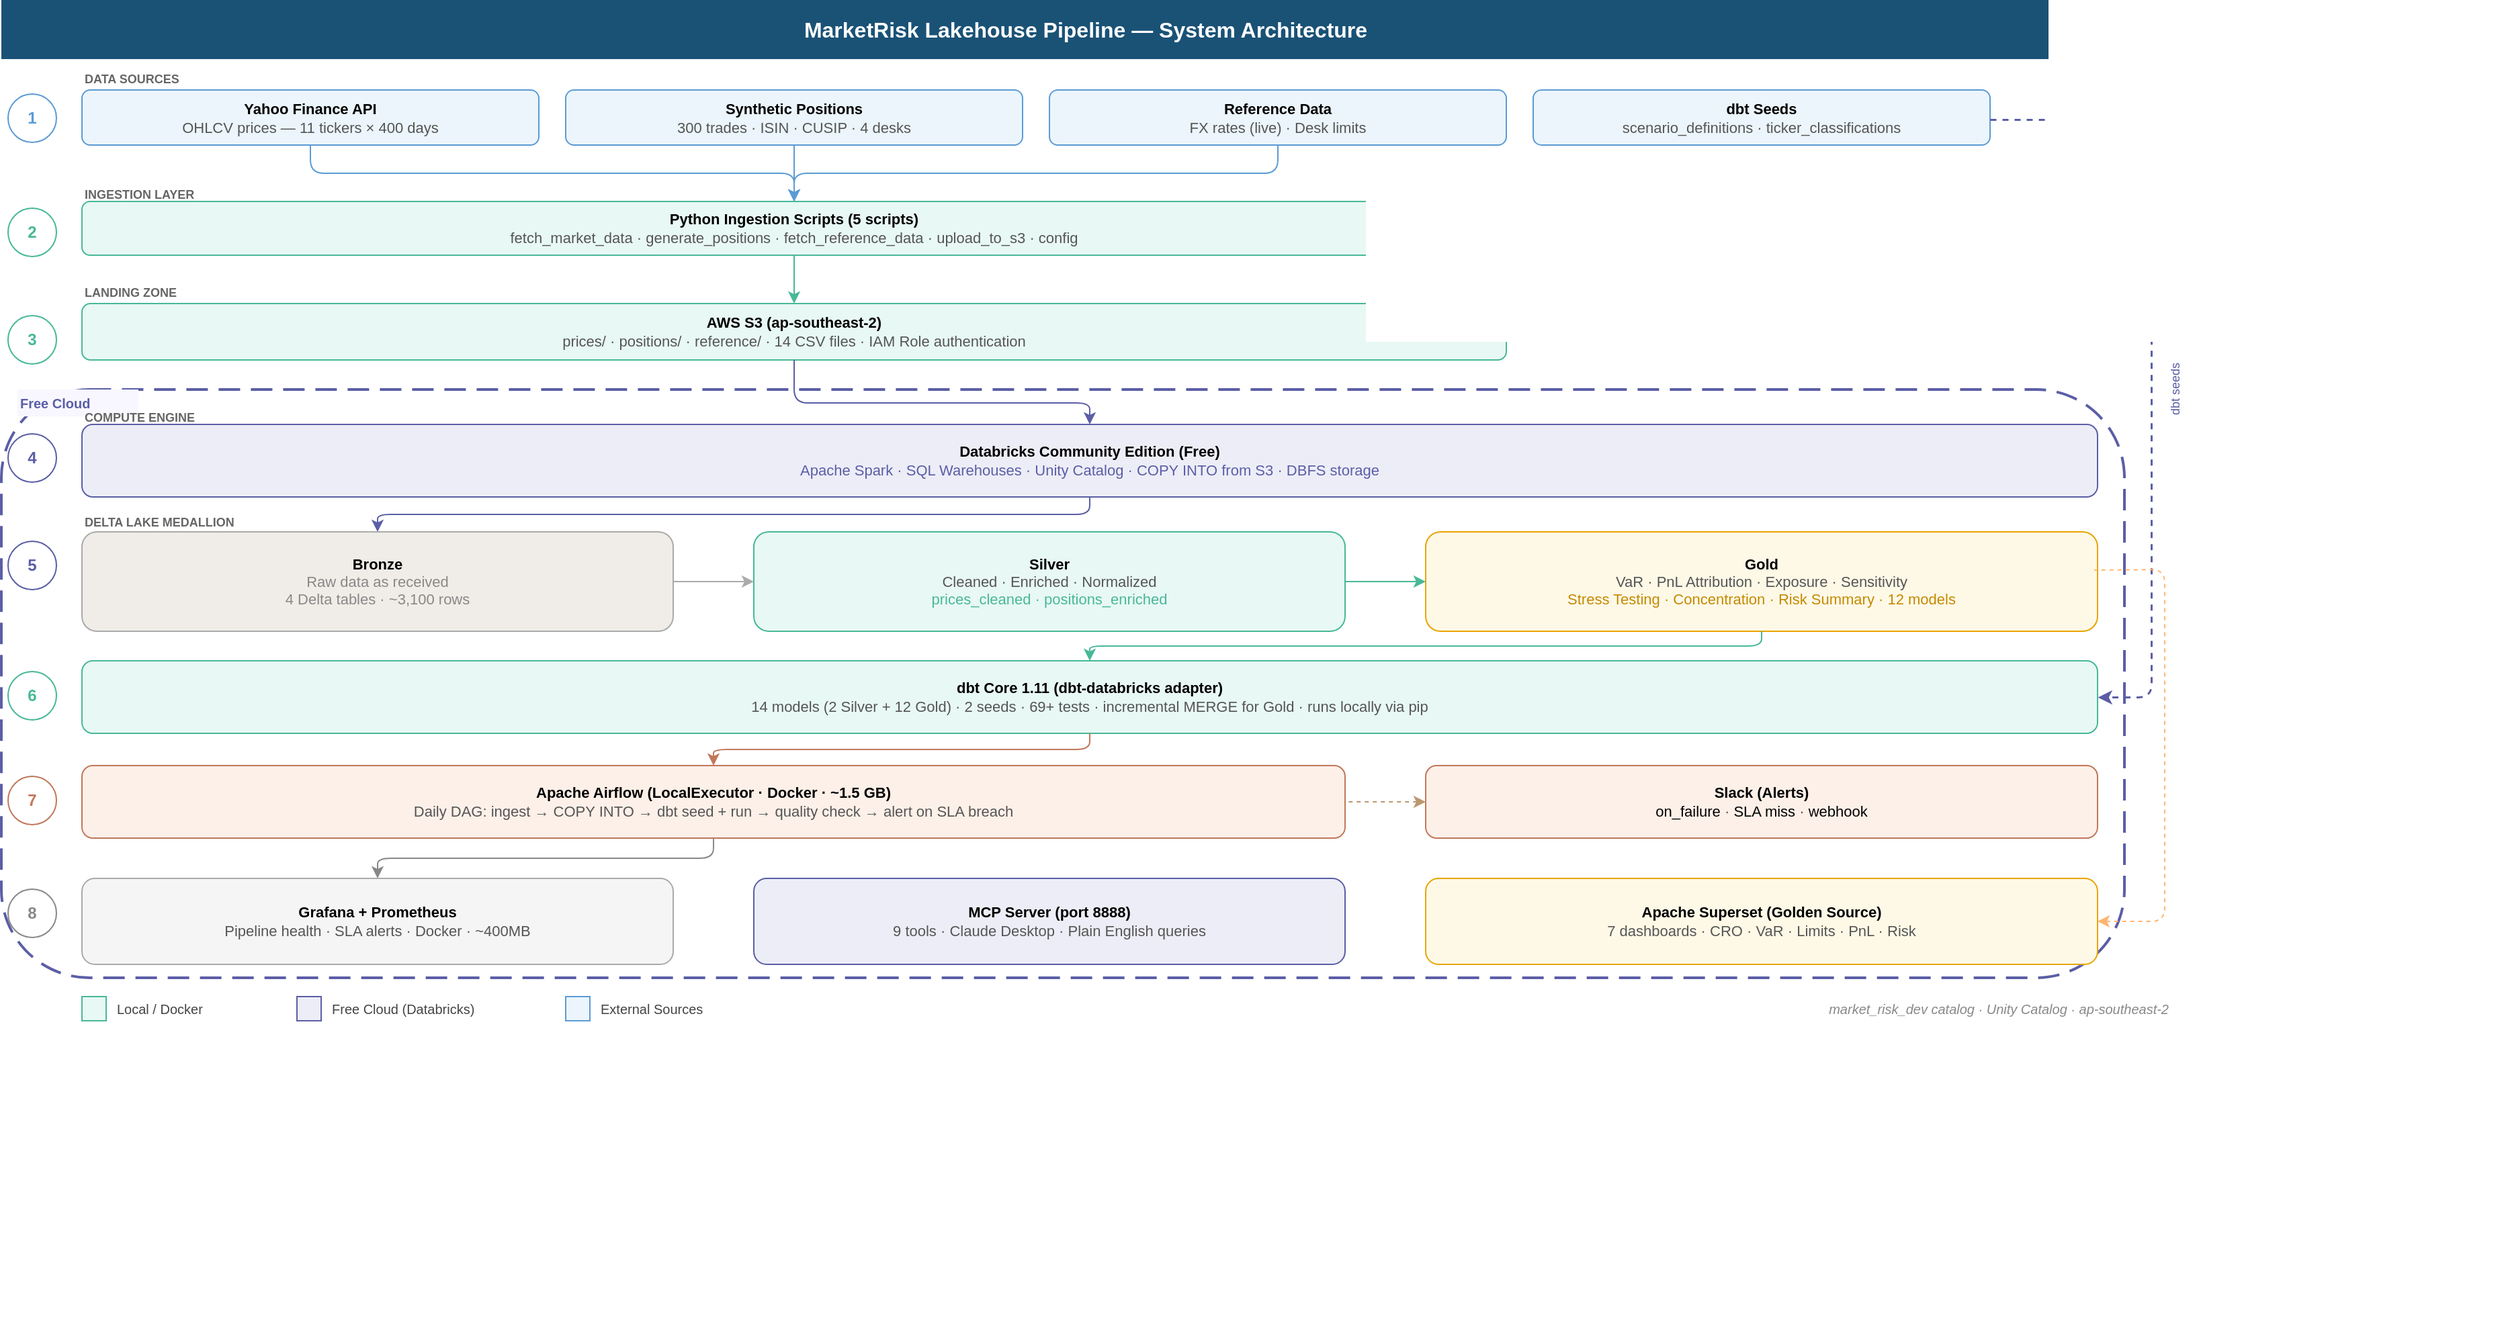
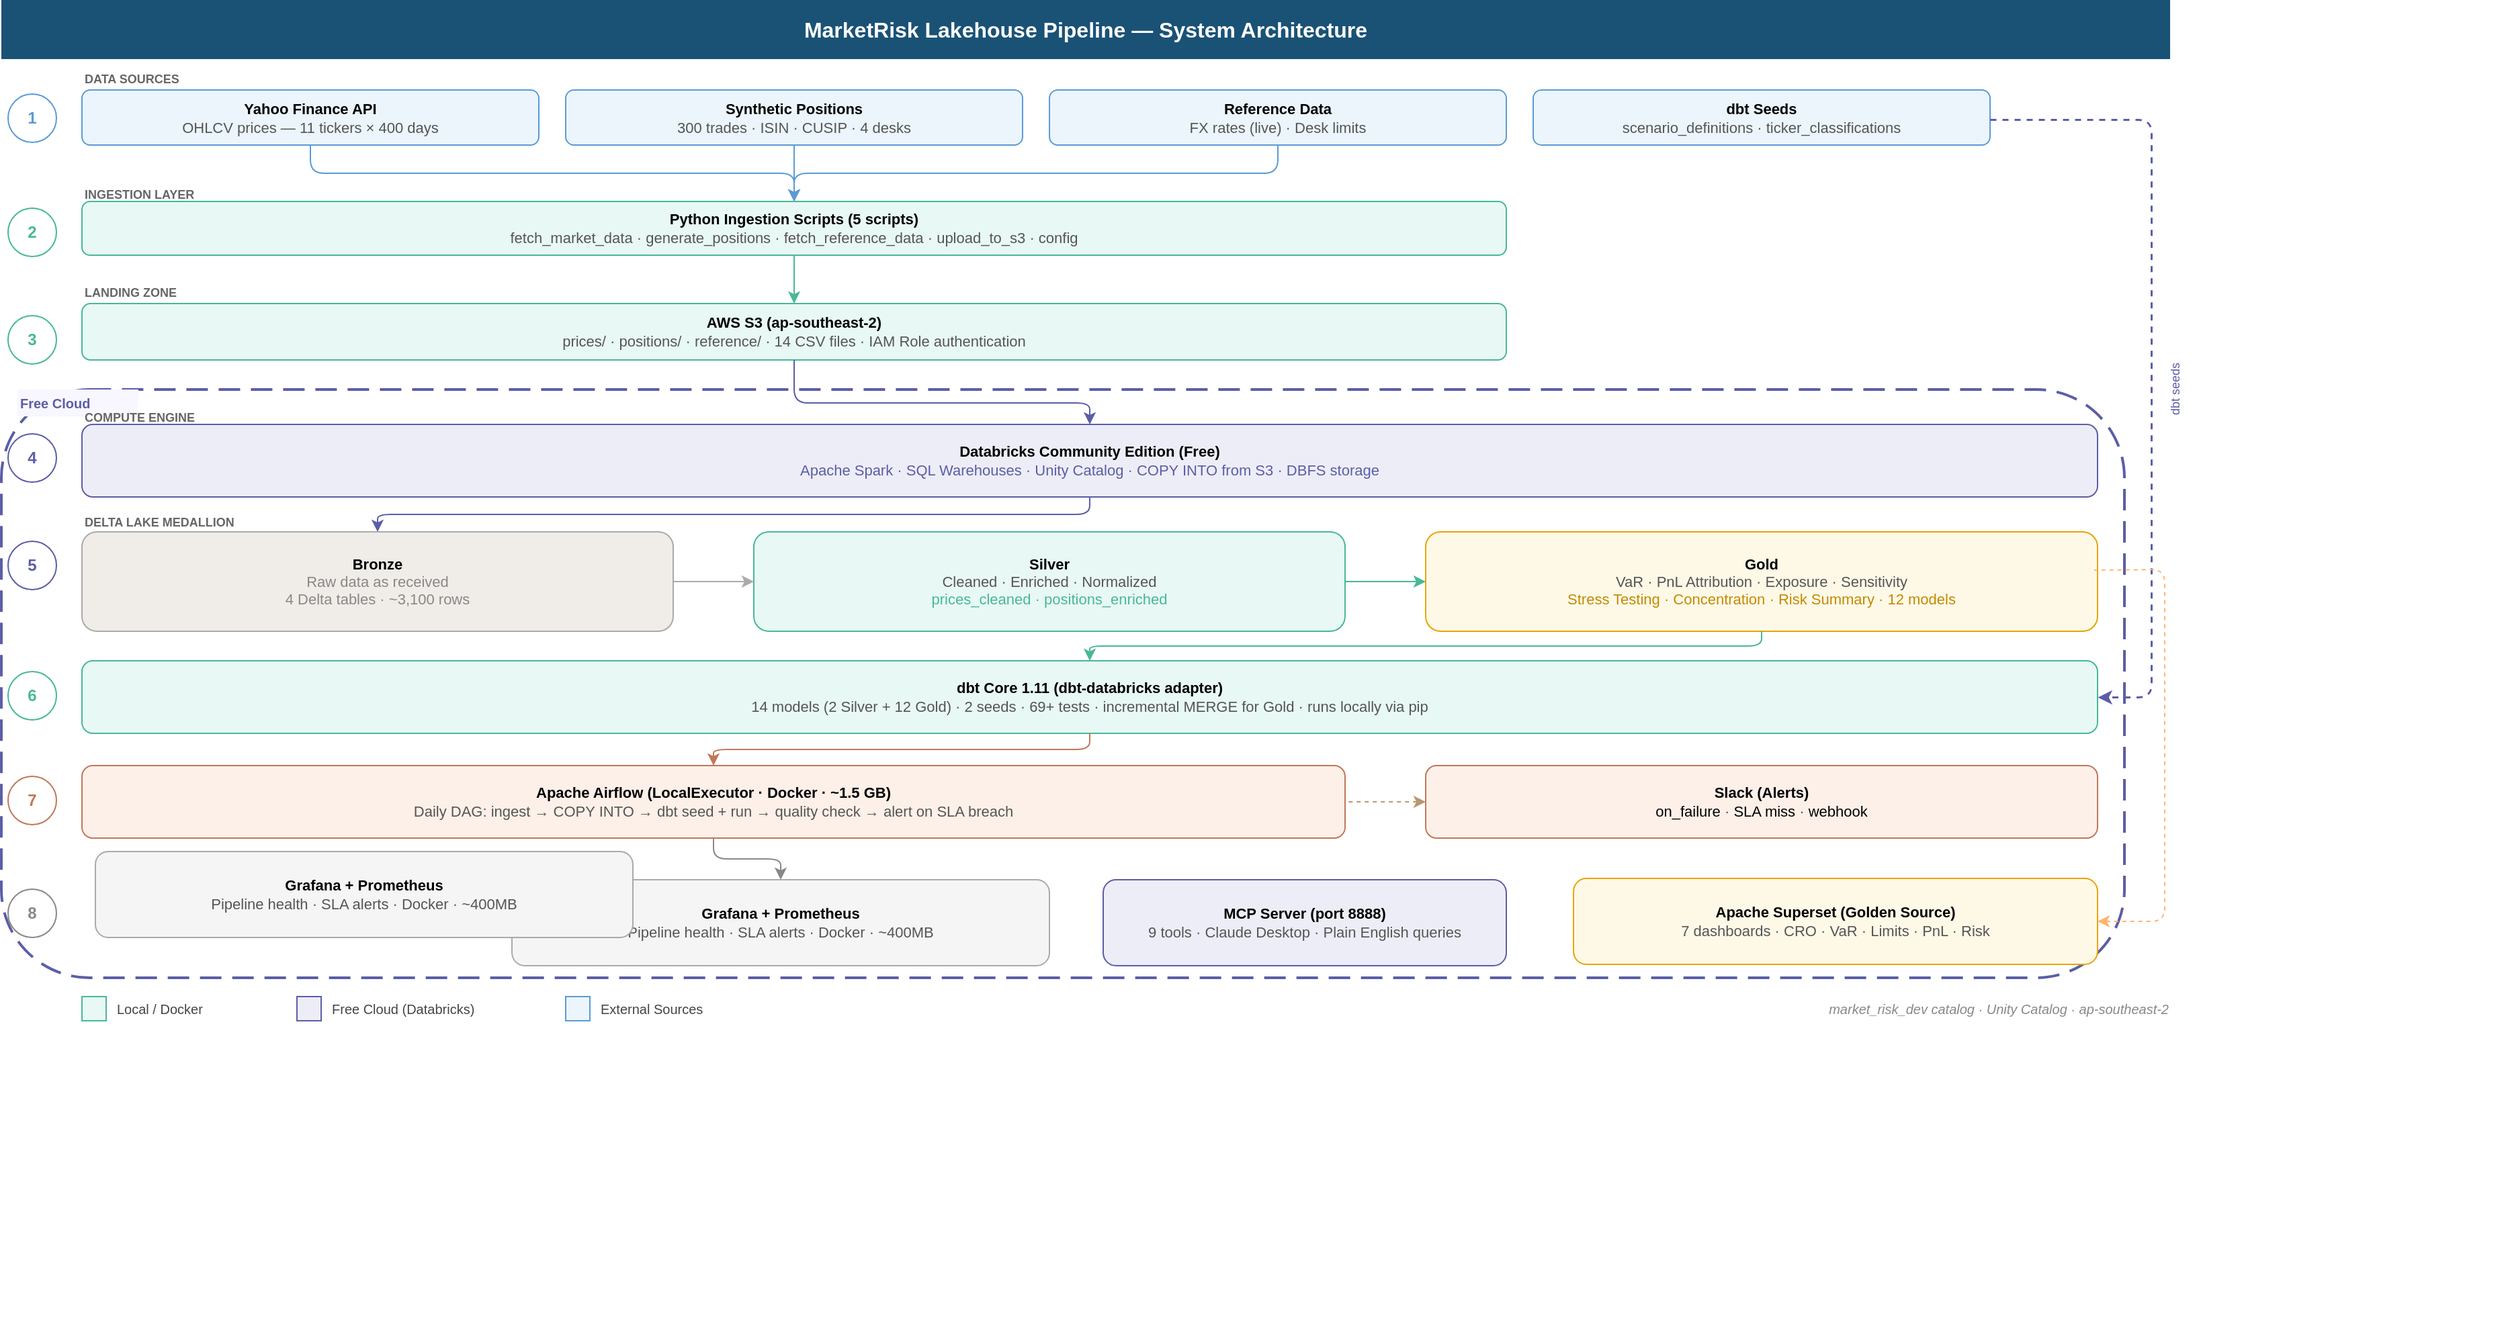
<mxfile host="app.diagrams.net">
-   <diagram name="Page-1" id="po-H6u1wcmltaI0Lt180">
-     <mxGraphModel dx="2056" dy="1018" grid="1" gridSize="10" guides="1" tooltips="1" connect="1" arrows="1" fold="1" page="1" pageScale="1" pageWidth="850" pageHeight="1100" math="0" shadow="0">
+   <diagram name="Page-1" id="-cQFvPMdIClFSUmL9I9t">
+     <mxGraphModel dx="1645" dy="780" grid="1" gridSize="10" guides="1" tooltips="1" connect="1" arrows="1" fold="1" page="1" pageScale="1" pageWidth="850" pageHeight="1100" math="0" shadow="0">
      <root>
        <mxCell id="0" />
        <mxCell id="1" parent="0" />
-         <mxCell id="title" parent="1" style="text;html=1;strokeColor=none;fillColor=#1A5276;align=center;verticalAlign=middle;whiteSpace=wrap;rounded=0;fontColor=#FFFFFF;fontSize=16;fontStyle=1;" value="MarketRisk Lakehouse Pipeline — System Architecture" vertex="1">
+         <mxCell id="MzbM_mRJEkIEzOc4ZALW-1" parent="1" style="text;html=1;strokeColor=none;fillColor=#1A5276;align=center;verticalAlign=middle;whiteSpace=wrap;rounded=0;fontColor=#FFFFFF;fontSize=16;fontStyle=1;" value="MarketRisk Lakehouse Pipeline — System Architecture" vertex="1">
          <mxGeometry height="44" width="1614" x="20" y="10" as="geometry" />
        </mxCell>
-         <mxCell id="lbl1" parent="1" style="text;html=1;strokeColor=none;fillColor=none;align=left;verticalAlign=middle;fontStyle=1;fontSize=9;fontColor=#666666;" value="DATA SOURCES" vertex="1">
+         <mxCell id="MzbM_mRJEkIEzOc4ZALW-2" parent="1" style="text;html=1;strokeColor=none;fillColor=none;align=left;verticalAlign=middle;fontStyle=1;fontSize=9;fontColor=#666666;" value="DATA SOURCES" vertex="1">
          <mxGeometry height="20" width="160" x="80" y="59" as="geometry" />
        </mxCell>
-         <mxCell id="c1" parent="1" style="ellipse;whiteSpace=wrap;html=1;fillColor=#FFFFFF;strokeColor=#5B9BD5;fontColor=#5B9BD5;fontSize=12;fontStyle=1;" value="1" vertex="1">
+         <mxCell id="MzbM_mRJEkIEzOc4ZALW-3" parent="1" style="ellipse;whiteSpace=wrap;html=1;fillColor=#FFFFFF;strokeColor=#5B9BD5;fontColor=#5B9BD5;fontSize=12;fontStyle=1;" value="1" vertex="1">
          <mxGeometry height="36" width="36" x="25" y="80" as="geometry" />
        </mxCell>
-         <mxCell id="src1" parent="1" style="rounded=1;whiteSpace=wrap;html=1;fillColor=#EBF5FB;strokeColor=#5B9BD5;fontSize=11;verticalAlign=middle;" value="&lt;b&gt;Yahoo Finance API&lt;/b&gt;&lt;br&gt;&lt;font color=&#39;#555555&#39;&gt;OHLCV prices — 11 tickers × 400 days&lt;/font&gt;" vertex="1">
+         <mxCell id="MzbM_mRJEkIEzOc4ZALW-4" parent="1" style="rounded=1;whiteSpace=wrap;html=1;fillColor=#EBF5FB;strokeColor=#5B9BD5;fontSize=11;verticalAlign=middle;" value="&lt;b&gt;Yahoo Finance API&lt;/b&gt;&lt;br&gt;&lt;font color=&#39;#555555&#39;&gt;OHLCV prices — 11 tickers × 400 days&lt;/font&gt;" vertex="1">
          <mxGeometry height="41" width="340" x="80" y="77" as="geometry" />
        </mxCell>
-         <mxCell id="src2" parent="1" style="rounded=1;whiteSpace=wrap;html=1;fillColor=#EBF5FB;strokeColor=#5B9BD5;fontSize=11;verticalAlign=middle;" value="&lt;b&gt;Synthetic Positions&lt;/b&gt;&lt;br&gt;&lt;font color=&#39;#555555&#39;&gt;300 trades · ISIN · CUSIP · 4 desks&lt;/font&gt;" vertex="1">
+         <mxCell id="MzbM_mRJEkIEzOc4ZALW-5" parent="1" style="rounded=1;whiteSpace=wrap;html=1;fillColor=#EBF5FB;strokeColor=#5B9BD5;fontSize=11;verticalAlign=middle;" value="&lt;b&gt;Synthetic Positions&lt;/b&gt;&lt;br&gt;&lt;font color=&#39;#555555&#39;&gt;300 trades · ISIN · CUSIP · 4 desks&lt;/font&gt;" vertex="1">
          <mxGeometry height="41" width="340" x="440" y="77" as="geometry" />
        </mxCell>
-         <mxCell id="src3" parent="1" style="rounded=1;whiteSpace=wrap;html=1;fillColor=#EBF5FB;strokeColor=#5B9BD5;fontSize=11;verticalAlign=middle;" value="&lt;b&gt;Reference Data&lt;/b&gt;&lt;br&gt;&lt;font color=&#39;#555555&#39;&gt;FX rates (live) · Desk limits&lt;/font&gt;" vertex="1">
+         <mxCell id="MzbM_mRJEkIEzOc4ZALW-6" parent="1" style="rounded=1;whiteSpace=wrap;html=1;fillColor=#EBF5FB;strokeColor=#5B9BD5;fontSize=11;verticalAlign=middle;" value="&lt;b&gt;Reference Data&lt;/b&gt;&lt;br&gt;&lt;font color=&#39;#555555&#39;&gt;FX rates (live) · Desk limits&lt;/font&gt;" vertex="1">
          <mxGeometry height="41" width="340" x="800" y="77" as="geometry" />
        </mxCell>
-         <mxCell id="src4" parent="1" style="rounded=1;whiteSpace=wrap;html=1;fillColor=#EBF5FB;strokeColor=#5B9BD5;fontSize=11;verticalAlign=middle;" value="&lt;b&gt;dbt Seeds&lt;/b&gt;&lt;br&gt;&lt;font color=&#39;#555555&#39;&gt;scenario_definitions · ticker_classifications&lt;/font&gt;" vertex="1">
+         <mxCell id="MzbM_mRJEkIEzOc4ZALW-7" parent="1" style="rounded=1;whiteSpace=wrap;html=1;fillColor=#EBF5FB;strokeColor=#5B9BD5;fontSize=11;verticalAlign=middle;" value="&lt;b&gt;dbt Seeds&lt;/b&gt;&lt;br&gt;&lt;font color=&#39;#555555&#39;&gt;scenario_definitions · ticker_classifications&lt;/font&gt;" vertex="1">
          <mxGeometry height="41" width="340" x="1160" y="77" as="geometry" />
        </mxCell>
-         <mxCell id="a1" edge="1" parent="1" source="src1" style="edgeStyle=orthogonalEdgeStyle;strokeColor=#5B9BD5;" target="ing1">
-           <mxGeometry relative="1" as="geometry" />
-         </mxCell>
-         <mxCell id="a2" edge="1" parent="1" source="src2" style="edgeStyle=orthogonalEdgeStyle;strokeColor=#5B9BD5;" target="ing1">
-           <mxGeometry relative="1" as="geometry" />
-         </mxCell>
-         <mxCell id="a3" edge="1" parent="1" source="src3" style="edgeStyle=orthogonalEdgeStyle;strokeColor=#5B9BD5;" target="ing1">
-           <mxGeometry relative="1" as="geometry" />
-         </mxCell>
-         <mxCell id="seeds_line" edge="1" parent="1" source="src4" style="edgeStyle=orthogonalEdgeStyle;dashed=1;strokeColor=#5B5EA6;strokeWidth=1.5;entryX=1;entryY=0.5;entryDx=0;entryDy=0;" target="dbt1">
+         <mxCell id="MzbM_mRJEkIEzOc4ZALW-8" edge="1" parent="1" source="MzbM_mRJEkIEzOc4ZALW-4" style="edgeStyle=orthogonalEdgeStyle;strokeColor=#5B9BD5;" target="MzbM_mRJEkIEzOc4ZALW-15">
+           <mxGeometry relative="1" as="geometry" />
+         </mxCell>
+         <mxCell id="MzbM_mRJEkIEzOc4ZALW-9" edge="1" parent="1" source="MzbM_mRJEkIEzOc4ZALW-5" style="edgeStyle=orthogonalEdgeStyle;strokeColor=#5B9BD5;" target="MzbM_mRJEkIEzOc4ZALW-15">
+           <mxGeometry relative="1" as="geometry" />
+         </mxCell>
+         <mxCell id="MzbM_mRJEkIEzOc4ZALW-10" edge="1" parent="1" source="MzbM_mRJEkIEzOc4ZALW-6" style="edgeStyle=orthogonalEdgeStyle;strokeColor=#5B9BD5;" target="MzbM_mRJEkIEzOc4ZALW-15">
+           <mxGeometry relative="1" as="geometry" />
+         </mxCell>
+         <mxCell id="MzbM_mRJEkIEzOc4ZALW-11" edge="1" parent="1" source="MzbM_mRJEkIEzOc4ZALW-7" style="edgeStyle=orthogonalEdgeStyle;dashed=1;strokeColor=#5B5EA6;strokeWidth=1.5;entryX=1;entryY=0.5;entryDx=0;entryDy=0;" target="MzbM_mRJEkIEzOc4ZALW-36">
          <mxGeometry relative="1" as="geometry">
            <Array as="points">
              <mxPoint x="1560" y="99" />
              <mxPoint x="1620" y="99" />
              <mxPoint x="1620" y="560" />
            </Array>
          </mxGeometry>
        </mxCell>
-         <mxCell id="seeds_lbl" parent="1" style="text;html=1;strokeColor=none;fillColor=none;align=center;verticalAlign=middle;fontSize=9;fontColor=#5B5EA6;rotation=-90;" value="dbt seeds" vertex="1">
+         <mxCell id="MzbM_mRJEkIEzOc4ZALW-12" parent="1" style="text;html=1;strokeColor=none;fillColor=none;align=center;verticalAlign=middle;fontSize=9;fontColor=#5B5EA6;rotation=-90;" value="dbt seeds" vertex="1">
          <mxGeometry height="20" width="60" x="1608" y="290" as="geometry" />
        </mxCell>
-         <mxCell id="lbl2" parent="1" style="text;html=1;strokeColor=none;fillColor=none;align=left;verticalAlign=middle;fontStyle=1;fontSize=9;fontColor=#666666;" value="INGESTION LAYER" vertex="1">
+         <mxCell id="MzbM_mRJEkIEzOc4ZALW-13" parent="1" style="text;html=1;strokeColor=none;fillColor=none;align=left;verticalAlign=middle;fontStyle=1;fontSize=9;fontColor=#666666;" value="INGESTION LAYER" vertex="1">
          <mxGeometry height="20" width="160" x="80" y="145" as="geometry" />
        </mxCell>
-         <mxCell id="c2" parent="1" style="ellipse;whiteSpace=wrap;html=1;fillColor=#FFFFFF;strokeColor=#48B898;fontColor=#48B898;fontSize=12;fontStyle=1;" value="2" vertex="1">
+         <mxCell id="MzbM_mRJEkIEzOc4ZALW-14" parent="1" style="ellipse;whiteSpace=wrap;html=1;fillColor=#FFFFFF;strokeColor=#48B898;fontColor=#48B898;fontSize=12;fontStyle=1;" value="2" vertex="1">
          <mxGeometry height="36" width="36" x="25" y="165" as="geometry" />
        </mxCell>
-         <mxCell id="ing1" parent="1" style="rounded=1;whiteSpace=wrap;html=1;fillColor=#E8F8F4;strokeColor=#48B898;fontSize=11;verticalAlign=middle;" value="&lt;b&gt;Python Ingestion Scripts (5 scripts)&lt;/b&gt;&lt;br&gt;&lt;font color=&#39;#555555&#39;&gt;fetch_market_data · generate_positions · fetch_reference_data · upload_to_s3 · config&lt;/font&gt;" vertex="1">
+         <mxCell id="MzbM_mRJEkIEzOc4ZALW-15" parent="1" style="rounded=1;whiteSpace=wrap;html=1;fillColor=#E8F8F4;strokeColor=#48B898;fontSize=11;verticalAlign=middle;" value="&lt;b&gt;Python Ingestion Scripts (5 scripts)&lt;/b&gt;&lt;br&gt;&lt;font color=&#39;#555555&#39;&gt;fetch_market_data · generate_positions · fetch_reference_data · upload_to_s3 · config&lt;/font&gt;" vertex="1">
          <mxGeometry height="40" width="1060" x="80" y="160" as="geometry" />
        </mxCell>
-         <mxCell id="a4" edge="1" parent="1" source="ing1" style="edgeStyle=orthogonalEdgeStyle;strokeColor=#48B898;" target="s3">
-           <mxGeometry relative="1" as="geometry" />
-         </mxCell>
-         <mxCell id="lbl3" parent="1" style="text;html=1;strokeColor=none;fillColor=none;align=left;verticalAlign=middle;fontStyle=1;fontSize=9;fontColor=#666666;" value="LANDING ZONE" vertex="1">
+         <mxCell id="MzbM_mRJEkIEzOc4ZALW-16" edge="1" parent="1" source="MzbM_mRJEkIEzOc4ZALW-15" style="edgeStyle=orthogonalEdgeStyle;strokeColor=#48B898;" target="MzbM_mRJEkIEzOc4ZALW-19">
+           <mxGeometry relative="1" as="geometry" />
+         </mxCell>
+         <mxCell id="MzbM_mRJEkIEzOc4ZALW-17" parent="1" style="text;html=1;strokeColor=none;fillColor=none;align=left;verticalAlign=middle;fontStyle=1;fontSize=9;fontColor=#666666;" value="LANDING ZONE" vertex="1">
          <mxGeometry height="20" width="160" x="80" y="218" as="geometry" />
        </mxCell>
-         <mxCell id="c3" parent="1" style="ellipse;whiteSpace=wrap;html=1;fillColor=#FFFFFF;strokeColor=#48B898;fontColor=#48B898;fontSize=12;fontStyle=1;" value="3" vertex="1">
+         <mxCell id="MzbM_mRJEkIEzOc4ZALW-18" parent="1" style="ellipse;whiteSpace=wrap;html=1;fillColor=#FFFFFF;strokeColor=#48B898;fontColor=#48B898;fontSize=12;fontStyle=1;" value="3" vertex="1">
          <mxGeometry height="36" width="36" x="25" y="245" as="geometry" />
        </mxCell>
-         <mxCell id="s3" parent="1" style="rounded=1;whiteSpace=wrap;html=1;fillColor=#E8F8F4;strokeColor=#48B898;fontSize=11;verticalAlign=middle;" value="&lt;b&gt;AWS S3 (ap-southeast-2)&lt;/b&gt;&lt;br&gt;&lt;font color=&#39;#555555&#39;&gt;prices/ · positions/ · reference/ · 14 CSV files · IAM Role authentication&lt;/font&gt;" vertex="1">
+         <mxCell id="MzbM_mRJEkIEzOc4ZALW-19" parent="1" style="rounded=1;whiteSpace=wrap;html=1;fillColor=#E8F8F4;strokeColor=#48B898;fontSize=11;verticalAlign=middle;" value="&lt;b&gt;AWS S3 (ap-southeast-2)&lt;/b&gt;&lt;br&gt;&lt;font color=&#39;#555555&#39;&gt;prices/ · positions/ · reference/ · 14 CSV files · IAM Role authentication&lt;/font&gt;" vertex="1">
          <mxGeometry height="42" width="1060" x="80" y="236" as="geometry" />
        </mxCell>
-         <mxCell id="freecloud" parent="1" style="rounded=1;whiteSpace=wrap;html=1;fillColor=none;strokeColor=#5B5EA6;dashed=1;strokeWidth=2;dashPattern=8 4;verticalAlign=top;" value="" vertex="1">
+         <mxCell id="MzbM_mRJEkIEzOc4ZALW-20" parent="1" style="rounded=1;whiteSpace=wrap;html=1;fillColor=none;strokeColor=#5B5EA6;dashed=1;strokeWidth=2;dashPattern=8 4;verticalAlign=top;" value="" vertex="1">
          <mxGeometry height="438" width="1580" x="20" y="300" as="geometry" />
        </mxCell>
-         <mxCell id="freecloud_lbl" parent="1" style="text;html=1;strokeColor=none;fillColor=#F8F7FF;align=left;verticalAlign=middle;fontStyle=1;fontSize=10;fontColor=#5B5EA6;" value="Free Cloud" vertex="1">
+         <mxCell id="MzbM_mRJEkIEzOc4ZALW-21" parent="1" style="text;html=1;strokeColor=none;fillColor=#F8F7FF;align=left;verticalAlign=middle;fontStyle=1;fontSize=10;fontColor=#5B5EA6;" value="Free Cloud" vertex="1">
          <mxGeometry height="20" width="90" x="32" y="300" as="geometry" />
        </mxCell>
-         <mxCell id="a5" edge="1" parent="1" source="s3" style="edgeStyle=orthogonalEdgeStyle;strokeColor=#5B5EA6;" target="dbx">
+         <mxCell id="MzbM_mRJEkIEzOc4ZALW-22" edge="1" parent="1" source="MzbM_mRJEkIEzOc4ZALW-19" style="edgeStyle=orthogonalEdgeStyle;strokeColor=#5B5EA6;" target="MzbM_mRJEkIEzOc4ZALW-25">
          <mxGeometry relative="1" as="geometry">
            <Array as="points">
              <mxPoint x="610" y="310" />
              <mxPoint x="830" y="310" />
            </Array>
          </mxGeometry>
        </mxCell>
-         <mxCell id="lbl4" parent="1" style="text;html=1;strokeColor=none;fillColor=none;align=left;verticalAlign=middle;fontStyle=1;fontSize=9;fontColor=#666666;" value="COMPUTE ENGINE" vertex="1">
+         <mxCell id="MzbM_mRJEkIEzOc4ZALW-23" parent="1" style="text;html=1;strokeColor=none;fillColor=none;align=left;verticalAlign=middle;fontStyle=1;fontSize=9;fontColor=#666666;" value="COMPUTE ENGINE" vertex="1">
          <mxGeometry height="20" width="160" x="80" y="311" as="geometry" />
        </mxCell>
-         <mxCell id="c4" parent="1" style="ellipse;whiteSpace=wrap;html=1;fillColor=#FFFFFF;strokeColor=#5B5EA6;fontColor=#5B5EA6;fontSize=12;fontStyle=1;" value="4" vertex="1">
+         <mxCell id="MzbM_mRJEkIEzOc4ZALW-24" parent="1" style="ellipse;whiteSpace=wrap;html=1;fillColor=#FFFFFF;strokeColor=#5B5EA6;fontColor=#5B5EA6;fontSize=12;fontStyle=1;" value="4" vertex="1">
          <mxGeometry height="36" width="36" x="25" y="333" as="geometry" />
        </mxCell>
-         <mxCell id="dbx" parent="1" style="rounded=1;whiteSpace=wrap;html=1;fillColor=#EDEDF7;strokeColor=#5B5EA6;fontSize=11;verticalAlign=middle;" value="&lt;b&gt;Databricks Community Edition (Free)&lt;/b&gt;&lt;br&gt;&lt;font color=&#39;#5B5EA6&#39;&gt;Apache Spark · SQL Warehouses · Unity Catalog · COPY INTO from S3 · DBFS storage&lt;/font&gt;" vertex="1">
+         <mxCell id="MzbM_mRJEkIEzOc4ZALW-25" parent="1" style="rounded=1;whiteSpace=wrap;html=1;fillColor=#EDEDF7;strokeColor=#5B5EA6;fontSize=11;verticalAlign=middle;" value="&lt;b&gt;Databricks Community Edition (Free)&lt;/b&gt;&lt;br&gt;&lt;font color=&#39;#5B5EA6&#39;&gt;Apache Spark · SQL Warehouses · Unity Catalog · COPY INTO from S3 · DBFS storage&lt;/font&gt;" vertex="1">
          <mxGeometry height="54" width="1500" x="80" y="326" as="geometry" />
        </mxCell>
-         <mxCell id="a6" edge="1" parent="1" source="dbx" style="edgeStyle=orthogonalEdgeStyle;strokeColor=#5B5EA6;" target="bronze">
-           <mxGeometry relative="1" as="geometry" />
-         </mxCell>
-         <mxCell id="lbl5" parent="1" style="text;html=1;strokeColor=none;fillColor=none;align=left;verticalAlign=middle;fontStyle=1;fontSize=9;fontColor=#666666;" value="DELTA LAKE MEDALLION" vertex="1">
+         <mxCell id="MzbM_mRJEkIEzOc4ZALW-26" edge="1" parent="1" source="MzbM_mRJEkIEzOc4ZALW-25" style="edgeStyle=orthogonalEdgeStyle;strokeColor=#5B5EA6;" target="MzbM_mRJEkIEzOc4ZALW-29">
+           <mxGeometry relative="1" as="geometry" />
+         </mxCell>
+         <mxCell id="MzbM_mRJEkIEzOc4ZALW-27" parent="1" style="text;html=1;strokeColor=none;fillColor=none;align=left;verticalAlign=middle;fontStyle=1;fontSize=9;fontColor=#666666;" value="DELTA LAKE MEDALLION" vertex="1">
          <mxGeometry height="20" width="200" x="80" y="389" as="geometry" />
        </mxCell>
-         <mxCell id="c5" parent="1" style="ellipse;whiteSpace=wrap;html=1;fillColor=#FFFFFF;strokeColor=#5B5EA6;fontColor=#5B5EA6;fontSize=12;fontStyle=1;" value="5" vertex="1">
+         <mxCell id="MzbM_mRJEkIEzOc4ZALW-28" parent="1" style="ellipse;whiteSpace=wrap;html=1;fillColor=#FFFFFF;strokeColor=#5B5EA6;fontColor=#5B5EA6;fontSize=12;fontStyle=1;" value="5" vertex="1">
          <mxGeometry height="36" width="36" x="25" y="413" as="geometry" />
        </mxCell>
-         <mxCell id="bronze" parent="1" style="rounded=1;whiteSpace=wrap;html=1;fillColor=#F0EDE8;strokeColor=#AAAAAA;fontSize=11;verticalAlign=middle;" value="&lt;b&gt;Bronze&lt;/b&gt;&lt;br&gt;&lt;font color=&#39;#888888&#39;&gt;Raw data as received&lt;br&gt;4 Delta tables · ~3,100 rows&lt;/font&gt;" vertex="1">
+         <mxCell id="MzbM_mRJEkIEzOc4ZALW-29" parent="1" style="rounded=1;whiteSpace=wrap;html=1;fillColor=#F0EDE8;strokeColor=#AAAAAA;fontSize=11;verticalAlign=middle;" value="&lt;b&gt;Bronze&lt;/b&gt;&lt;br&gt;&lt;font color=&#39;#888888&#39;&gt;Raw data as received&lt;br&gt;4 Delta tables · ~3,100 rows&lt;/font&gt;" vertex="1">
          <mxGeometry height="74" width="440" x="80" y="406" as="geometry" />
        </mxCell>
-         <mxCell id="silver" parent="1" style="rounded=1;whiteSpace=wrap;html=1;fillColor=#E8F8F4;strokeColor=#48B898;fontSize=11;verticalAlign=middle;" value="&lt;b&gt;Silver&lt;/b&gt;&lt;br&gt;&lt;font color=&#39;#555555&#39;&gt;Cleaned · Enriched · Normalized&lt;br&gt;&lt;/font&gt;&lt;font color=&#39;#48B898&#39;&gt;prices_cleaned · positions_enriched&lt;/font&gt;" vertex="1">
+         <mxCell id="MzbM_mRJEkIEzOc4ZALW-30" parent="1" style="rounded=1;whiteSpace=wrap;html=1;fillColor=#E8F8F4;strokeColor=#48B898;fontSize=11;verticalAlign=middle;" value="&lt;b&gt;Silver&lt;/b&gt;&lt;br&gt;&lt;font color=&#39;#555555&#39;&gt;Cleaned · Enriched · Normalized&lt;br&gt;&lt;/font&gt;&lt;font color=&#39;#48B898&#39;&gt;prices_cleaned · positions_enriched&lt;/font&gt;" vertex="1">
          <mxGeometry height="74" width="440" x="580" y="406" as="geometry" />
        </mxCell>
-         <mxCell id="gold" parent="1" style="rounded=1;whiteSpace=wrap;html=1;fillColor=#FEF9E7;strokeColor=#E8A500;fontSize=11;verticalAlign=middle;" value="&lt;b&gt;Gold&lt;/b&gt;&lt;br&gt;&lt;font color=&#39;#555555&#39;&gt;VaR · PnL Attribution · Exposure · Sensitivity&lt;br&gt;&lt;/font&gt;&lt;font color=&#39;#C48A00&#39;&gt;Stress Testing · Concentration · Risk Summary · 12 models&lt;/font&gt;" vertex="1">
+         <mxCell id="MzbM_mRJEkIEzOc4ZALW-31" parent="1" style="rounded=1;whiteSpace=wrap;html=1;fillColor=#FEF9E7;strokeColor=#E8A500;fontSize=11;verticalAlign=middle;" value="&lt;b&gt;Gold&lt;/b&gt;&lt;br&gt;&lt;font color=&#39;#555555&#39;&gt;VaR · PnL Attribution · Exposure · Sensitivity&lt;br&gt;&lt;/font&gt;&lt;font color=&#39;#C48A00&#39;&gt;Stress Testing · Concentration · Risk Summary · 12 models&lt;/font&gt;" vertex="1">
          <mxGeometry height="74" width="500" x="1080" y="406" as="geometry" />
        </mxCell>
-         <mxCell id="a7" edge="1" parent="1" source="bronze" style="edgeStyle=orthogonalEdgeStyle;strokeColor=#AAAAAA;" target="silver">
-           <mxGeometry relative="1" as="geometry" />
-         </mxCell>
-         <mxCell id="a8" edge="1" parent="1" source="silver" style="edgeStyle=orthogonalEdgeStyle;strokeColor=#48B898;" target="gold">
-           <mxGeometry relative="1" as="geometry" />
-         </mxCell>
-         <mxCell id="a9" edge="1" parent="1" source="gold" style="edgeStyle=orthogonalEdgeStyle;strokeColor=#48B898;" target="dbt1">
-           <mxGeometry relative="1" as="geometry" />
-         </mxCell>
-         <mxCell id="c6" parent="1" style="ellipse;whiteSpace=wrap;html=1;fillColor=#FFFFFF;strokeColor=#48B898;fontColor=#48B898;fontSize=12;fontStyle=1;" value="6" vertex="1">
+         <mxCell id="MzbM_mRJEkIEzOc4ZALW-32" edge="1" parent="1" source="MzbM_mRJEkIEzOc4ZALW-29" style="edgeStyle=orthogonalEdgeStyle;strokeColor=#AAAAAA;" target="MzbM_mRJEkIEzOc4ZALW-30">
+           <mxGeometry relative="1" as="geometry" />
+         </mxCell>
+         <mxCell id="MzbM_mRJEkIEzOc4ZALW-33" edge="1" parent="1" source="MzbM_mRJEkIEzOc4ZALW-30" style="edgeStyle=orthogonalEdgeStyle;strokeColor=#48B898;" target="MzbM_mRJEkIEzOc4ZALW-31">
+           <mxGeometry relative="1" as="geometry" />
+         </mxCell>
+         <mxCell id="MzbM_mRJEkIEzOc4ZALW-34" edge="1" parent="1" source="MzbM_mRJEkIEzOc4ZALW-31" style="edgeStyle=orthogonalEdgeStyle;strokeColor=#48B898;" target="MzbM_mRJEkIEzOc4ZALW-36">
+           <mxGeometry relative="1" as="geometry" />
+         </mxCell>
+         <mxCell id="MzbM_mRJEkIEzOc4ZALW-35" parent="1" style="ellipse;whiteSpace=wrap;html=1;fillColor=#FFFFFF;strokeColor=#48B898;fontColor=#48B898;fontSize=12;fontStyle=1;" value="6" vertex="1">
          <mxGeometry height="36" width="36" x="25" y="510" as="geometry" />
        </mxCell>
-         <mxCell id="dbt1" parent="1" style="rounded=1;whiteSpace=wrap;html=1;fillColor=#E8F8F4;strokeColor=#48B898;fontSize=11;verticalAlign=middle;" value="&lt;b&gt;dbt Core 1.11 (dbt-databricks adapter)&lt;/b&gt;&lt;br&gt;&lt;font color=&#39;#555555&#39;&gt;14 models (2 Silver + 12 Gold) · 2 seeds · 69+ tests · incremental MERGE for Gold · runs locally via pip&lt;/font&gt;" vertex="1">
+         <mxCell id="MzbM_mRJEkIEzOc4ZALW-36" parent="1" style="rounded=1;whiteSpace=wrap;html=1;fillColor=#E8F8F4;strokeColor=#48B898;fontSize=11;verticalAlign=middle;" value="&lt;b&gt;dbt Core 1.11 (dbt-databricks adapter)&lt;/b&gt;&lt;br&gt;&lt;font color=&#39;#555555&#39;&gt;14 models (2 Silver + 12 Gold) · 2 seeds · 69+ tests · incremental MERGE for Gold · runs locally via pip&lt;/font&gt;" vertex="1">
          <mxGeometry height="54" width="1500" x="80" y="502" as="geometry" />
        </mxCell>
-         <mxCell id="a10" edge="1" parent="1" source="dbt1" style="edgeStyle=orthogonalEdgeStyle;strokeColor=#C0785A;" target="airflow">
-           <mxGeometry relative="1" as="geometry" />
-         </mxCell>
-         <mxCell id="c7" parent="1" style="ellipse;whiteSpace=wrap;html=1;fillColor=#FFFFFF;strokeColor=#C0785A;fontColor=#C0785A;fontSize=12;fontStyle=1;" value="7" vertex="1">
+         <mxCell id="MzbM_mRJEkIEzOc4ZALW-37" edge="1" parent="1" source="MzbM_mRJEkIEzOc4ZALW-36" style="edgeStyle=orthogonalEdgeStyle;strokeColor=#C0785A;" target="MzbM_mRJEkIEzOc4ZALW-39">
+           <mxGeometry relative="1" as="geometry" />
+         </mxCell>
+         <mxCell id="MzbM_mRJEkIEzOc4ZALW-38" parent="1" style="ellipse;whiteSpace=wrap;html=1;fillColor=#FFFFFF;strokeColor=#C0785A;fontColor=#C0785A;fontSize=12;fontStyle=1;" value="7" vertex="1">
          <mxGeometry height="36" width="36" x="25" y="588" as="geometry" />
        </mxCell>
-         <mxCell id="airflow" parent="1" style="rounded=1;whiteSpace=wrap;html=1;fillColor=#FDF0E8;strokeColor=#C0785A;fontSize=11;verticalAlign=middle;" value="&lt;b&gt;Apache Airflow (LocalExecutor · Docker · ~1.5 GB)&lt;/b&gt;&lt;br&gt;&lt;font color=&#39;#555555&#39;&gt;Daily DAG: ingest → COPY INTO → dbt seed + run → quality check → alert on SLA breach&lt;/font&gt;" vertex="1">
+         <mxCell id="MzbM_mRJEkIEzOc4ZALW-39" parent="1" style="rounded=1;whiteSpace=wrap;html=1;fillColor=#FDF0E8;strokeColor=#C0785A;fontSize=11;verticalAlign=middle;" value="&lt;b&gt;Apache Airflow (LocalExecutor · Docker · ~1.5 GB)&lt;/b&gt;&lt;br&gt;&lt;font color=&#39;#555555&#39;&gt;Daily DAG: ingest → COPY INTO → dbt seed + run → quality check → alert on SLA breach&lt;/font&gt;" vertex="1">
          <mxGeometry height="54" width="940" x="80" y="580" as="geometry" />
        </mxCell>
-         <mxCell id="a11" edge="1" parent="1" source="airflow" style="edgeStyle=orthogonalEdgeStyle;strokeColor=#888888;" target="grafana">
-           <mxGeometry relative="1" as="geometry" />
-         </mxCell>
-         <mxCell id="c8" parent="1" style="ellipse;whiteSpace=wrap;html=1;fillColor=#FFFFFF;strokeColor=#888888;fontColor=#888888;fontSize=12;fontStyle=1;" value="8" vertex="1">
+         <mxCell id="MzbM_mRJEkIEzOc4ZALW-40" edge="1" parent="1" source="MzbM_mRJEkIEzOc4ZALW-39" style="edgeStyle=orthogonalEdgeStyle;strokeColor=#888888;" target="MzbM_mRJEkIEzOc4ZALW-42">
+           <mxGeometry relative="1" as="geometry" />
+         </mxCell>
+         <mxCell id="MzbM_mRJEkIEzOc4ZALW-41" parent="1" style="ellipse;whiteSpace=wrap;html=1;fillColor=#FFFFFF;strokeColor=#888888;fontColor=#888888;fontSize=12;fontStyle=1;" value="8" vertex="1">
          <mxGeometry height="36" width="36" x="25" y="672" as="geometry" />
        </mxCell>
-         <mxCell id="grafana" parent="1" style="rounded=1;whiteSpace=wrap;html=1;fillColor=#F5F5F5;strokeColor=#AAAAAA;fontSize=11;verticalAlign=middle;" value="&lt;b&gt;Grafana + Prometheus&lt;/b&gt;&lt;br&gt;&lt;font color=&#39;#555555&#39;&gt;Pipeline health · SLA alerts · Docker · ~400MB&lt;/font&gt;" vertex="1">
-           <mxGeometry height="64" width="440" x="80" y="664" as="geometry" />
-         </mxCell>
-         <mxCell id="mcp" parent="1" style="rounded=1;whiteSpace=wrap;html=1;fillColor=#EDEDF7;strokeColor=#5B5EA6;fontSize=11;verticalAlign=middle;" value="&lt;b&gt;MCP Server (port 8888)&lt;/b&gt;&lt;br&gt;&lt;font color=&#39;#555555&#39;&gt;9 tools · Claude Desktop · Plain English queries&lt;/font&gt;" vertex="1">
-           <mxGeometry height="64" width="440" x="580" y="664" as="geometry" />
-         </mxCell>
-         <mxCell id="superset" parent="1" style="rounded=1;whiteSpace=wrap;html=1;fillColor=#FEF9E7;strokeColor=#E8A500;fontSize=11;verticalAlign=middle;" value="&lt;b&gt;Apache Superset (Golden Source)&lt;/b&gt;&lt;br&gt;&lt;font color=&#39;#555555&#39;&gt;7 dashboards · CRO · VaR · Limits · PnL · Risk&lt;/font&gt;" vertex="1">
-           <mxGeometry height="64" width="500" x="1080" y="664" as="geometry" />
-         </mxCell>
-         <mxCell id="leg1" parent="1" style="rounded=0;whiteSpace=wrap;html=1;fillColor=#E8F8F4;strokeColor=#48B898;fontSize=10;" value="" vertex="1">
+         <mxCell id="MzbM_mRJEkIEzOc4ZALW-42" parent="1" style="rounded=1;whiteSpace=wrap;html=1;fillColor=#F5F5F5;strokeColor=#AAAAAA;fontSize=11;verticalAlign=middle;" value="&lt;b&gt;Grafana + Prometheus&lt;/b&gt;&lt;br&gt;&lt;font color=&#39;#555555&#39;&gt;Pipeline health · SLA alerts · Docker · ~400MB&lt;/font&gt;" vertex="1">
+           <mxGeometry height="64" width="400" x="400" y="665" as="geometry" />
+         </mxCell>
+         <mxCell id="MzbM_mRJEkIEzOc4ZALW-43" parent="1" style="rounded=1;whiteSpace=wrap;html=1;fillColor=#EDEDF7;strokeColor=#5B5EA6;fontSize=11;verticalAlign=middle;" value="&lt;b&gt;MCP Server (port 8888)&lt;/b&gt;&lt;br&gt;&lt;font color=&#39;#555555&#39;&gt;9 tools · Claude Desktop · Plain English queries&lt;/font&gt;" vertex="1">
+           <mxGeometry height="64" width="300" x="840" y="665" as="geometry" />
+         </mxCell>
+         <mxCell id="MzbM_mRJEkIEzOc4ZALW-44" parent="1" style="rounded=1;whiteSpace=wrap;html=1;fillColor=#FEF9E7;strokeColor=#E8A500;fontSize=11;verticalAlign=middle;" value="&lt;b&gt;Apache Superset (Golden Source)&lt;/b&gt;&lt;br&gt;&lt;font color=&#39;#555555&#39;&gt;7 dashboards · CRO · VaR · Limits · PnL · Risk&lt;/font&gt;" vertex="1">
+           <mxGeometry height="64" width="390" x="1190" y="664" as="geometry" />
+         </mxCell>
+         <mxCell id="MzbM_mRJEkIEzOc4ZALW-45" parent="1" style="rounded=0;whiteSpace=wrap;html=1;fillColor=#E8F8F4;strokeColor=#48B898;fontSize=10;" value="" vertex="1">
          <mxGeometry height="18" width="18" x="80" y="752" as="geometry" />
        </mxCell>
-         <mxCell id="leg1_lbl" parent="1" style="text;html=1;strokeColor=none;fillColor=none;align=left;verticalAlign=middle;fontSize=10;fontColor=#444444;" value="Local / Docker" vertex="1">
+         <mxCell id="MzbM_mRJEkIEzOc4ZALW-46" parent="1" style="text;html=1;strokeColor=none;fillColor=none;align=left;verticalAlign=middle;fontSize=10;fontColor=#444444;" value="Local / Docker" vertex="1">
          <mxGeometry height="18" width="120" x="104" y="752" as="geometry" />
        </mxCell>
-         <mxCell id="leg2" parent="1" style="rounded=0;whiteSpace=wrap;html=1;fillColor=#EDEDF7;strokeColor=#5B5EA6;fontSize=10;" value="" vertex="1">
+         <mxCell id="MzbM_mRJEkIEzOc4ZALW-47" parent="1" style="rounded=0;whiteSpace=wrap;html=1;fillColor=#EDEDF7;strokeColor=#5B5EA6;fontSize=10;" value="" vertex="1">
          <mxGeometry height="18" width="18" x="240" y="752" as="geometry" />
        </mxCell>
-         <mxCell id="leg2_lbl" parent="1" style="text;html=1;strokeColor=none;fillColor=none;align=left;verticalAlign=middle;fontSize=10;fontColor=#444444;" value="Free Cloud (Databricks)" vertex="1">
+         <mxCell id="MzbM_mRJEkIEzOc4ZALW-48" parent="1" style="text;html=1;strokeColor=none;fillColor=none;align=left;verticalAlign=middle;fontSize=10;fontColor=#444444;" value="Free Cloud (Databricks)" vertex="1">
          <mxGeometry height="18" width="160" x="264" y="752" as="geometry" />
        </mxCell>
-         <mxCell id="leg3" parent="1" style="rounded=0;whiteSpace=wrap;html=1;fillColor=#EBF5FB;strokeColor=#5B9BD5;fontSize=10;" value="" vertex="1">
+         <mxCell id="MzbM_mRJEkIEzOc4ZALW-49" parent="1" style="rounded=0;whiteSpace=wrap;html=1;fillColor=#EBF5FB;strokeColor=#5B9BD5;fontSize=10;" value="" vertex="1">
          <mxGeometry height="18" width="18" x="440" y="752" as="geometry" />
        </mxCell>
-         <mxCell id="leg3_lbl" parent="1" style="text;html=1;strokeColor=none;fillColor=none;align=left;verticalAlign=middle;fontSize=10;fontColor=#444444;" value="External Sources" vertex="1">
+         <mxCell id="MzbM_mRJEkIEzOc4ZALW-50" parent="1" style="text;html=1;strokeColor=none;fillColor=none;align=left;verticalAlign=middle;fontSize=10;fontColor=#444444;" value="External Sources" vertex="1">
          <mxGeometry height="18" width="120" x="464" y="752" as="geometry" />
        </mxCell>
-         <mxCell id="catalog_lbl" parent="1" style="text;html=1;strokeColor=none;fillColor=light-dark(transparent,#FFCE9F);align=right;verticalAlign=middle;fontSize=10;fontColor=#888888;fontStyle=2;" value="market_risk_dev catalog · Unity Catalog · ap-southeast-2" vertex="1">
+         <mxCell id="MzbM_mRJEkIEzOc4ZALW-51" parent="1" style="text;html=1;strokeColor=none;fillColor=light-dark(transparent,#FFCE9F);align=right;verticalAlign=middle;fontSize=10;fontColor=#888888;fontStyle=2;" value="market_risk_dev catalog · Unity Catalog · ap-southeast-2" vertex="1">
          <mxGeometry height="18" width="534" x="1100" y="752" as="geometry" />
        </mxCell>
-         <mxCell id="rIJoxFYRSa3bUiQYa9Iy-3" parent="1" style="rounded=1;whiteSpace=wrap;html=1;fillColor=#FDF0E8;strokeColor=#C0785A;fontSize=11;verticalAlign=middle;" value="&lt;b&gt;Slack (Alerts)&lt;/b&gt;&lt;div&gt;on_failure&lt;span style=&quot;color: rgb(85, 85, 85);&quot;&gt; · &lt;/span&gt;SLA miss&lt;span style=&quot;color: rgb(85, 85, 85);&quot;&gt; · &lt;/span&gt;webhook&lt;/div&gt;" vertex="1">
+         <mxCell id="MzbM_mRJEkIEzOc4ZALW-52" parent="1" style="rounded=1;whiteSpace=wrap;html=1;fillColor=#FDF0E8;strokeColor=#C0785A;fontSize=11;verticalAlign=middle;" value="&lt;b&gt;Slack (Alerts)&lt;/b&gt;&lt;div&gt;on_failure&lt;span style=&quot;color: rgb(85, 85, 85);&quot;&gt; · &lt;/span&gt;SLA miss&lt;span style=&quot;color: rgb(85, 85, 85);&quot;&gt; · &lt;/span&gt;webhook&lt;/div&gt;" vertex="1">
          <mxGeometry height="54" width="500" x="1080" y="580" as="geometry" />
        </mxCell>
-         <mxCell id="rIJoxFYRSa3bUiQYa9Iy-10" edge="1" parent="1" source="rIJoxFYRSa3bUiQYa9Iy-3" style="endArrow=none;dashed=1;html=1;rounded=0;startArrow=classic;startFill=1;fillColor=light-dark(#FFFFFF,#FFCE9F);entryX=1;entryY=0.5;entryDx=0;entryDy=0;exitX=0;exitY=0.5;exitDx=0;exitDy=0;strokeColor=#BA976F;" target="airflow" value="">
+         <mxCell id="MzbM_mRJEkIEzOc4ZALW-53" edge="1" parent="1" source="MzbM_mRJEkIEzOc4ZALW-52" style="endArrow=none;dashed=1;html=1;rounded=0;startArrow=classic;startFill=1;fillColor=light-dark(#FFFFFF,#FFCE9F);entryX=1;entryY=0.5;entryDx=0;entryDy=0;exitX=0;exitY=0.5;exitDx=0;exitDy=0;strokeColor=#BA976F;" target="MzbM_mRJEkIEzOc4ZALW-39" value="">
          <mxGeometry height="50" relative="1" width="50" as="geometry">
            <mxPoint x="1020" y="664" as="sourcePoint" />
            <mxPoint x="1070" y="614" as="targetPoint" />
          </mxGeometry>
        </mxCell>
-         <mxCell id="LpnrR4VyJ4t2RWEORNXh-1" edge="1" parent="1" source="superset" style="endArrow=none;dashed=1;html=1;rounded=1;startArrow=classic;startFill=1;fillColor=light-dark(#FFFFFF,#FFCE9F);entryX=0.995;entryY=0.385;entryDx=0;entryDy=0;strokeColor=#FFB570;entryPerimeter=0;curved=0;exitX=1;exitY=0.5;exitDx=0;exitDy=0;fontStyle=1" target="gold" value="">
+         <mxCell id="MzbM_mRJEkIEzOc4ZALW-54" edge="1" parent="1" source="MzbM_mRJEkIEzOc4ZALW-44" style="endArrow=none;dashed=1;html=1;rounded=1;startArrow=classic;startFill=1;fillColor=light-dark(#FFFFFF,#FFCE9F);entryX=0.995;entryY=0.385;entryDx=0;entryDy=0;strokeColor=#FFB570;entryPerimeter=0;curved=0;exitX=1;exitY=0.5;exitDx=0;exitDy=0;fontStyle=1" target="MzbM_mRJEkIEzOc4ZALW-31" value="">
          <mxGeometry height="50" relative="1" width="50" as="geometry">
            <Array as="points">
              <mxPoint x="1630" y="696" />
              <mxPoint x="1630" y="434" />
            </Array>
            <mxPoint x="1640" y="610" as="sourcePoint" />
            <mxPoint x="1570" y="630" as="targetPoint" />
          </mxGeometry>
        </mxCell>
-         <mxCell id="LpnrR4VyJ4t2RWEORNXh-2" parent="1" style="shape=stencil(lVfbcttACP0avTJ7g2Wf0/Q/MhOn1tS1M47TNn8fVHUVgyUyeZMtjoDDOWg15LuX/cPzbkjh5XI+/dz9GR8v+yF/G1Iaj/vdebzI1ZDvh3z3dDrvfpxPr8fH+ffzwxQ5Xf06/Z6e8HfGxQSlTKgU3v7/AyH/++P7HH8Yj1fxcruSikdodTs+B0hVPz8AkQNgKDpBRMgOADMwKkAqwG0bQATMCpDlEU4PlSBpQImQeRvAqd9eAOwDCJoGYIUQtwEtQtRNU4VUHECBGhWgCsBhqTFQUAAufTLrgAacNKACeSU1aDpD87UnJXHWgNLVtQ4gqAbwCa0iBM2S5PTk3YKd9NQVupPmYAHssMQZCtqSPAOx+Es7TmjA5MibraWFBnJ6EOU0PemJBqckyZD0HD4Evw5ovcUFkLtptxwXDEAs6gyOEWLTfmjdIesAYSlYQPAMlCChBaCnJbSTlh7cDDKHG5YwuI7DYueAjvhiCBDMFlhcu5UiGwflPvytJtB4lCB6NBW778UQxdG3bBU0+pZRe5YTXrU2rnhYR5TusKsU0TNpvAFUyJ5JW9/WV7uPvJfWlwFo14DwUL2SYl/vi8DR1QZxX+/LS6tAdDJQhqBHjaV7ZP0sgEBafaV2264CSu6WXM4C7GojCa2apbQoft1Csr9107H119h6SXYxxdIHs16R7UAykvP8aHUhR0BPqgGKplQOcN4MbjcGoLO5JVyXT0BuOGnfFPftGa0ecmd3g0tr/H4e2BgV6fAA1alddq0N9xYd34Z7O0jGgmzivQPeV0/+n8fLxcdnxtN4OMxfKdf37WeJ/DV/0uT7dw==);lineShape=1;strokeColor=light-dark(transparent,#FFB570);" value="" vertex="1">
+         <mxCell id="MzbM_mRJEkIEzOc4ZALW-55" parent="1" style="shape=stencil(lVfbcttACP0avTJ7g2Wf0/Q/MhOn1tS1M47TNn8fVHUVgyUyeZMtjoDDOWg15LuX/cPzbkjh5XI+/dz9GR8v+yF/G1Iaj/vdebzI1ZDvh3z3dDrvfpxPr8fH+ffzwxQ5Xf06/Z6e8HfGxQSlTKgU3v7/AyH/++P7HH8Yj1fxcruSikdodTs+B0hVPz8AkQNgKDpBRMgOADMwKkAqwG0bQATMCpDlEU4PlSBpQImQeRvAqd9eAOwDCJoGYIUQtwEtQtRNU4VUHECBGhWgCsBhqTFQUAAufTLrgAacNKACeSU1aDpD87UnJXHWgNLVtQ4gqAbwCa0iBM2S5PTk3YKd9NQVupPmYAHssMQZCtqSPAOx+Es7TmjA5MibraWFBnJ6EOU0PemJBqckyZD0HD4Evw5ovcUFkLtptxwXDEAs6gyOEWLTfmjdIesAYSlYQPAMlCChBaCnJbSTlh7cDDKHG5YwuI7DYueAjvhiCBDMFlhcu5UiGwflPvytJtB4lCB6NBW778UQxdG3bBU0+pZRe5YTXrU2rnhYR5TusKsU0TNpvAFUyJ5JW9/WV7uPvJfWlwFo14DwUL2SYl/vi8DR1QZxX+/LS6tAdDJQhqBHjaV7ZP0sgEBafaV2264CSu6WXM4C7GojCa2apbQoft1Csr9107H119h6SXYxxdIHs16R7UAykvP8aHUhR0BPqgGKplQOcN4MbjcGoLO5JVyXT0BuOGnfFPftGa0ecmd3g0tr/H4e2BgV6fAA1alddq0N9xYd34Z7O0jGgmzivQPeV0/+n8fLxcdnxtN4OMxfKdf37WeJ/DV/0uT7dw==);lineShape=1;strokeColor=light-dark(transparent,#FFB570);" value="" vertex="1">
          <mxGeometry height="118.5059393633378" width="112.2339953937933" x="1563.4225182869968" y="426.3926690543965" as="geometry" />
        </mxCell>
-         <mxCell id="LpnrR4VyJ4t2RWEORNXh-3" parent="1" style="shape=stencil(fVbZcsIwDPyavGpky+czpf/BDKFkSoEBev195WZwkEn0lsPraLWrjTtaXfebc99ZvN4up/f+e9je9h29dNYOx31/GW581dG6o9XudOnfLqfP43a8P2/KynL1cfoqO/yMuBTA+IKy+Ds+MQm8/X/yOgIOw/EBkD2YJABkALMCyBCtADgPKakAQgEIBsgrAIIcBSDyF+IyIDmwEpAiZFoGRAPWCUAO9y1mAZ5fS9IGERCXEQ4hSdY5QXTLABvAZwmwEBQSxgM2rC1YRbkILkgdEiTFGg68tJInCMr6AEE2lZJajyHwRgD4k05hXF5LBryFU77ABZCUjWs0isxMUFLmHigFlQZKytxjxdksEEnGk4jzo2Dbnk42mQewyRoG1YjzIkw+rjKz2RXSZVSkCtM4zbOuw1iNygOrJMY07nUUaiTM68CB0sxzDZ15a9fIegBExdtTKFYAB6dSUondhjRHs9KlAnBPAMVMBu/TVXWIapdcG3psX1QqwntePRgjB219YyTuMin1WEBpVSI1tQNEqZml+3gv5Utups2pEvB+KDVjwsp6rjdIxlbdn/uBMo70fwj3O7TrgyJAiE+/ZjVd2C9BOog9hcJyfDEdNXbD4TCeVB7ft0cTfjQea2j9Bw==);lineShape=1;strokeColor=light-dark(transparent,#FFB570);" value="" vertex="1">
+         <mxCell id="MzbM_mRJEkIEzOc4ZALW-56" parent="1" style="shape=stencil(fVbZcsIwDPyavGpky+czpf/BDKFkSoEBev195WZwkEn0lsPraLWrjTtaXfebc99ZvN4up/f+e9je9h29dNYOx31/GW581dG6o9XudOnfLqfP43a8P2/KynL1cfoqO/yMuBTA+IKy+Ds+MQm8/X/yOgIOw/EBkD2YJABkALMCyBCtADgPKakAQgEIBsgrAIIcBSDyF+IyIDmwEpAiZFoGRAPWCUAO9y1mAZ5fS9IGERCXEQ4hSdY5QXTLABvAZwmwEBQSxgM2rC1YRbkILkgdEiTFGg68tJInCMr6AEE2lZJajyHwRgD4k05hXF5LBryFU77ABZCUjWs0isxMUFLmHigFlQZKytxjxdksEEnGk4jzo2Dbnk42mQewyRoG1YjzIkw+rjKz2RXSZVSkCtM4zbOuw1iNygOrJMY07nUUaiTM68CB0sxzDZ15a9fIegBExdtTKFYAB6dSUondhjRHs9KlAnBPAMVMBu/TVXWIapdcG3psX1QqwntePRgjB219YyTuMin1WEBpVSI1tQNEqZml+3gv5Utups2pEvB+KDVjwsp6rjdIxlbdn/uBMo70fwj3O7TrgyJAiE+/ZjVd2C9BOog9hcJyfDEdNXbD4TCeVB7ft0cTfjQea2j9Bw==);lineShape=1;strokeColor=light-dark(transparent,#FFB570);" value="" vertex="1">
          <mxGeometry height="16.969255819914224" width="16.97273028473319" x="1573.3344097104032" y="428.838081951978" as="geometry" />
        </mxCell>
-         <mxCell id="LpnrR4VyJ4t2RWEORNXh-4" parent="1" style="shape=stencil(fVbZcsIwDPyavGpky+czpf/BDKFkSoEBev195WZwkEn0lsPraLWrjTtaXfebc99ZvN4up/f+e9je9h29dNYOx31/GW581dG6o9XudOnfLqfP43a8P2/KynL1cfoqO/yMuBTA+IKy+Ds+MQm8/X/yOgIOw/EBkD2YJABkALMCyBCtADgPKakAQgEIBsgrAIIcBSDyF+IyIDmwEpAiZFoGRAPWCUAO9y1mAZ5fS9IGERCXEQ4hSdY5QXTLABvAZwmwEBQSxgM2rC1YRbkILkgdEiTFGg68tJInCMr6AEE2lZJajyHwRgD4k05hXF5LBryFU77ABZCUjWs0isxMUFLmHigFlQZKytxjxdksEEnGk4jzo2Dbnk42mQewyRoG1YjzIkw+rjKz2RXSZVSkCtM4zbOuw1iNygOrJMY07nUUaiTM68CB0sxzDZ15a9fIegBExdtTKFYAB6dSUondhjRHs9KlAnBPAMVMBu/TVXWIapdcG3psX1QqwntePRgjB219YyTuMin1WEBpVSI1tQNEqZml+3gv5Utups2pEvB+KDVjwsp6rjdIxlbdn/uBMo70fwj3O7TrgyJAiE+/ZjVd2C9BOog9hcJyfDEdNXbD4TCeVB7ft0cTfjQea2j9Bw==);lineShape=1;strokeColor=light-dark(transparent,#FFB570);" value="" vertex="1">
+         <mxCell id="MzbM_mRJEkIEzOc4ZALW-57" parent="1" style="shape=stencil(fVbZcsIwDPyavGpky+czpf/BDKFkSoEBev195WZwkEn0lsPraLWrjTtaXfebc99ZvN4up/f+e9je9h29dNYOx31/GW581dG6o9XudOnfLqfP43a8P2/KynL1cfoqO/yMuBTA+IKy+Ds+MQm8/X/yOgIOw/EBkD2YJABkALMCyBCtADgPKakAQgEIBsgrAIIcBSDyF+IyIDmwEpAiZFoGRAPWCUAO9y1mAZ5fS9IGERCXEQ4hSdY5QXTLABvAZwmwEBQSxgM2rC1YRbkILkgdEiTFGg68tJInCMr6AEE2lZJajyHwRgD4k05hXF5LBryFU77ABZCUjWs0isxMUFLmHigFlQZKytxjxdksEEnGk4jzo2Dbnk42mQewyRoG1YjzIkw+rjKz2RXSZVSkCtM4zbOuw1iNygOrJMY07nUUaiTM68CB0sxzDZ15a9fIegBExdtTKFYAB6dSUondhjRHs9KlAnBPAMVMBu/TVXWIapdcG3psX1QqwntePRgjB219YyTuMin1WEBpVSI1tQNEqZml+3gv5Utups2pEvB+KDVjwsp6rjdIxlbdn/uBMo70fwj3O7TrgyJAiE+/ZjVd2C9BOog9hcJyfDEdNXbD4TCeVB7ft0cTfjQea2j9Bw==);lineShape=1;strokeColor=light-dark(transparent,#FFB570);" value="" vertex="1">
          <mxGeometry height="16.969255819914224" width="16.97273028473319" x="1739.5844097104032" y="382.588081951978" as="geometry" />
        </mxCell>
-         <mxCell id="LpnrR4VyJ4t2RWEORNXh-5" parent="1" style="shape=stencil(rVfbbtswDP0avxISdSH13HX/UaDpYixLijTd5e9Hz5BjyhaLAntzVZ3wdnhIDeHh7fj0ehjQvd2ul++HX+Pz7TiELwPieD4eruNNvobwOISHl8v18O16eT8/z3+/Pk03p68fl5/TL/yeccgQ4oRC92c+CUD47+DrfP80nlf3Q4Ls1H3vwYU+IBIkUgBEKL4PSAg5a0CBbAGodSlkCNQHZASPChAl6GwAUvW4ApID5D6AEKLOavaQjBiIwekskW2BA7B2iSTRRuGKg5QUgCMEw0LJgEEDhCvFAJRKhAoQmzH1Ad45cLpyBc1CTCZ0ECXVxHWDYA0g8NEAeCgNgIGMIDi37BMnybDADnLRHXTPwz45InBpTSQDkAuwa4MIFkAIrvkqibPYlKVhmloLm4w0CSBuSu2MjsgRiu4ILnaTMqDOEhOwEQOF6sACyNXJXpNmnSVO9WS/1BESfwYgDYMbl8wmjW3hJGiymnSbpVJL2Wu5lnxLi/QATdATNSxloiorK/JFK4YASU+IKSpLLBmi5pI4aVlgmUE6hg97NANtTFi6Qb4Wdi001tQicE3UImX/FeAgaPaVZRbvT14pxLYhjELIMoDaJZlalmxErKN/GaRc+bi/n1CrrkkARgzBVweWZUAU3XAJJQa9PQS7gzxXsV4WGjKlj6BobfWpmty974A1k6gedK477b8t9ZsZner21HNGOx9MVmPbmQjJ2ibbrcdDtPawusvW686k532Vvd+3GsbHlv+2SPjNlie/b3BTomuU0dnUXIR2lR5j3EjlG5lDM52ffSx8fF8+7i+Tl/F0mh826/+3Lxk5ml9B4fEv);lineShape=1;strokeColor=light-dark(transparent,#FFB570);" value="" vertex="1">
+         <mxCell id="MzbM_mRJEkIEzOc4ZALW-58" parent="1" style="shape=stencil(rVfbbtswDP0avxISdSH13HX/UaDpYixLijTd5e9Hz5BjyhaLAntzVZ3wdnhIDeHh7fj0ehjQvd2ul++HX+Pz7TiELwPieD4eruNNvobwOISHl8v18O16eT8/z3+/Pk03p68fl5/TL/yeccgQ4oRC92c+CUD47+DrfP80nlf3Q4Ls1H3vwYU+IBIkUgBEKL4PSAg5a0CBbAGodSlkCNQHZASPChAl6GwAUvW4ApID5D6AEKLOavaQjBiIwekskW2BA7B2iSTRRuGKg5QUgCMEw0LJgEEDhCvFAJRKhAoQmzH1Ad45cLpyBc1CTCZ0ECXVxHWDYA0g8NEAeCgNgIGMIDi37BMnybDADnLRHXTPwz45InBpTSQDkAuwa4MIFkAIrvkqibPYlKVhmloLm4w0CSBuSu2MjsgRiu4ILnaTMqDOEhOwEQOF6sACyNXJXpNmnSVO9WS/1BESfwYgDYMbl8wmjW3hJGiymnSbpVJL2Wu5lnxLi/QATdATNSxloiorK/JFK4YASU+IKSpLLBmi5pI4aVlgmUE6hg97NANtTFi6Qb4Wdi001tQicE3UImX/FeAgaPaVZRbvT14pxLYhjELIMoDaJZlalmxErKN/GaRc+bi/n1CrrkkARgzBVweWZUAU3XAJJQa9PQS7gzxXsV4WGjKlj6BobfWpmty974A1k6gedK477b8t9ZsZner21HNGOx9MVmPbmQjJ2ibbrcdDtPawusvW686k532Vvd+3GsbHlv+2SPjNlie/b3BTomuU0dnUXIR2lR5j3EjlG5lDM52ffSx8fF8+7i+Tl/F0mh826/+3Lxk5ml9B4fEv);lineShape=1;strokeColor=light-dark(transparent,#FFB570);" value="" vertex="1">
          <mxGeometry height="159.4135901905932" width="62.807957164800996" x="1666.0724249247137" y="326.510252592469" as="geometry" />
        </mxCell>
-         <mxCell id="LpnrR4VyJ4t2RWEORNXh-6" parent="1" style="shape=stencil(fVbZcsIwDPyavGpky+czpf/BDKFkSoEBev195WZwkEn0lsPraLWrjTtaXfebc99ZvN4up/f+e9je9h29dNYOx31/GW581dG6o9XudOnfLqfP43a8P2/KynL1cfoqO/yMuBTA+IKy+Ds+MQm8/X/yOgIOw/EBkD2YJABkALMCyBCtADgPKakAQgEIBsgrAIIcBSDyF+IyIDmwEpAiZFoGRAPWCUAO9y1mAZ5fS9IGERCXEQ4hSdY5QXTLABvAZwmwEBQSxgM2rC1YRbkILkgdEiTFGg68tJInCMr6AEE2lZJajyHwRgD4k05hXF5LBryFU77ABZCUjWs0isxMUFLmHigFlQZKytxjxdksEEnGk4jzo2Dbnk42mQewyRoG1YjzIkw+rjKz2RXSZVSkCtM4zbOuw1iNygOrJMY07nUUaiTM68CB0sxzDZ15a9fIegBExdtTKFYAB6dSUondhjRHs9KlAnBPAMVMBu/TVXWIapdcG3psX1QqwntePRgjB219YyTuMin1WEBpVSI1tQNEqZml+3gv5Utups2pEvB+KDVjwsp6rjdIxlbdn/uBMo70fwj3O7TrgyJAiE+/ZjVd2C9BOog9hcJyfDEdNXbD4TCeVB7ft0cTfjQea2j9Bw==);lineShape=1;strokeColor=light-dark(transparent,#FFB570);" value="" vertex="1">
+         <mxCell id="MzbM_mRJEkIEzOc4ZALW-59" parent="1" style="shape=stencil(fVbZcsIwDPyavGpky+czpf/BDKFkSoEBev195WZwkEn0lsPraLWrjTtaXfebc99ZvN4up/f+e9je9h29dNYOx31/GW581dG6o9XudOnfLqfP43a8P2/KynL1cfoqO/yMuBTA+IKy+Ds+MQm8/X/yOgIOw/EBkD2YJABkALMCyBCtADgPKakAQgEIBsgrAIIcBSDyF+IyIDmwEpAiZFoGRAPWCUAO9y1mAZ5fS9IGERCXEQ4hSdY5QXTLABvAZwmwEBQSxgM2rC1YRbkILkgdEiTFGg68tJInCMr6AEE2lZJajyHwRgD4k05hXF5LBryFU77ABZCUjWs0isxMUFLmHigFlQZKytxjxdksEEnGk4jzo2Dbnk42mQewyRoG1YjzIkw+rjKz2RXSZVSkCtM4zbOuw1iNygOrJMY07nUUaiTM68CB0sxzDZ15a9fIegBExdtTKFYAB6dSUondhjRHs9KlAnBPAMVMBu/TVXWIapdcG3psX1QqwntePRgjB219YyTuMin1WEBpVSI1tQNEqZml+3gv5Utups2pEvB+KDVjwsp6rjdIxlbdn/uBMo70fwj3O7TrgyJAiE+/ZjVd2C9BOog9hcJyfDEdNXbD4TCeVB7ft0cTfjQea2j9Bw==);lineShape=1;strokeColor=light-dark(transparent,#FFB570);" value="" vertex="1">
          <mxGeometry height="16.969255819914224" width="16.97273028473319" x="1257.0844097104032" y="873.838081951978" as="geometry" />
        </mxCell>
-         <mxCell id="LpnrR4VyJ4t2RWEORNXh-7" parent="1" style="shape=stencil(fVbZcsIwDPyavGpky+czpf/BDKFkSoEBev195WZwkEn0lsPraLWrjTtaXfebc99ZvN4up/f+e9je9h29dNYOx31/GW581dG6o9XudOnfLqfP43a8P2/KynL1cfoqO/yMuBTA+IKy+Ds+MQm8/X/yOgIOw/EBkD2YJABkALMCyBCtADgPKakAQgEIBsgrAIIcBSDyF+IyIDmwEpAiZFoGRAPWCUAO9y1mAZ5fS9IGERCXEQ4hSdY5QXTLABvAZwmwEBQSxgM2rC1YRbkILkgdEiTFGg68tJInCMr6AEE2lZJajyHwRgD4k05hXF5LBryFU77ABZCUjWs0isxMUFLmHigFlQZKytxjxdksEEnGk4jzo2Dbnk42mQewyRoG1YjzIkw+rjKz2RXSZVSkCtM4zbOuw1iNygOrJMY07nUUaiTM68CB0sxzDZ15a9fIegBExdtTKFYAB6dSUondhjRHs9KlAnBPAMVMBu/TVXWIapdcG3psX1QqwntePRgjB219YyTuMin1WEBpVSI1tQNEqZml+3gv5Utups2pEvB+KDVjwsp6rjdIxlbdn/uBMo70fwj3O7TrgyJAiE+/ZjVd2C9BOog9hcJyfDEdNXbD4TCeVB7ft0cTfjQea2j9Bw==);lineShape=1;strokeColor=light-dark(transparent,#FFB570);" value="" vertex="1">
+         <mxCell id="MzbM_mRJEkIEzOc4ZALW-60" parent="1" style="shape=stencil(fVbZcsIwDPyavGpky+czpf/BDKFkSoEBev195WZwkEn0lsPraLWrjTtaXfebc99ZvN4up/f+e9je9h29dNYOx31/GW581dG6o9XudOnfLqfP43a8P2/KynL1cfoqO/yMuBTA+IKy+Ds+MQm8/X/yOgIOw/EBkD2YJABkALMCyBCtADgPKakAQgEIBsgrAIIcBSDyF+IyIDmwEpAiZFoGRAPWCUAO9y1mAZ5fS9IGERCXEQ4hSdY5QXTLABvAZwmwEBQSxgM2rC1YRbkILkgdEiTFGg68tJInCMr6AEE2lZJajyHwRgD4k05hXF5LBryFU77ABZCUjWs0isxMUFLmHigFlQZKytxjxdksEEnGk4jzo2Dbnk42mQewyRoG1YjzIkw+rjKz2RXSZVSkCtM4zbOuw1iNygOrJMY07nUUaiTM68CB0sxzDZ15a9fIegBExdtTKFYAB6dSUondhjRHs9KlAnBPAMVMBu/TVXWIapdcG3psX1QqwntePRgjB219YyTuMin1WEBpVSI1tQNEqZml+3gv5Utups2pEvB+KDVjwsp6rjdIxlbdn/uBMo70fwj3O7TrgyJAiE+/ZjVd2C9BOog9hcJyfDEdNXbD4TCeVB7ft0cTfjQea2j9Bw==);lineShape=1;strokeColor=light-dark(transparent,#FFB570);" value="" vertex="1">
          <mxGeometry height="16.969255819914224" width="16.97273028473319" x="1860.8344097104032" y="757.588081951978" as="geometry" />
        </mxCell>
-         <mxCell id="LpnrR4VyJ4t2RWEORNXh-8" parent="1" style="shape=stencil(lVfbctpADP0av2q0q70+p+l/ZCakMKWQIaSXv69cuoYV+GDezKLj1eVIOh7k6WP98r4aPH8cD/vvq1+b1+N6kC+D95vdenXYHPVpkOdBnt72h9W3w/5z93r6/f4yWo5PP/Y/xzf8PuEClTSCPP9pB6H+O/h6Mt9udp155c7c6UmB9qWzH98f5+0jce7s5Z596P0JgXKet0/kXWcf9Ubgf6biO/ukCXPz9o6pSgfIQp4BIFLqIy5MEdzgPXFfsaJBgZBlel8DVCZBNbsGeIoBFMFTiVcAEHRSj6N16X+ib5ehEvd1KIUY8LRUqn0MRYkBADXbGIqDLtVCQSwA3lCo1h7gyYFK10ohW0AGzaCAYoIWShhgXdIsoaAVYFyKVAQCcj8AlK0FkG8M2sSQcdCa1itqSIIASRaQUAy5jZQLQEQuZfJiAQ6lVXPCNmjUogowLappDYhLicRUOpJglyz5Qpudc4BsghYMyOSCpXdALmVKpnCudflcpX2wgIypYRtIb0CA2pJ4EQOa3mM/eJslwQ1Uo62DAPI5ZmJDJt2SOIhytVEgv2v7+4KuSDUowBmXtCHwrLQ36AlqiIcBTKEfTNXBWakrKPRkqpNYmVtysQ9aCVzvrNG+5Ua2IDHGbQdOauxc/NviobZFvtAnz+T7K6rADeE0CNNzeJQlqxCzFg6wVdrOnBRZbivmtkNWakStC2g4bt01KUodlCBDbJWJKlbk/1V33lHE3PTpQsXNbdMsE/Tc+nByH+4RtmvEt4MZ89wXy0FnnN0IDMX81LBncw8y75sQP5vDXrHKBZtPY3yZM2LbBIcamsRflkil4CNlmqTxMhI8/M14x1wfzp+nb5vt9vR1e/m//ZzVo9OnsDz/BQ==);lineShape=1;strokeColor=light-dark(transparent,#FFB570);" value="" vertex="1">
+         <mxCell id="MzbM_mRJEkIEzOc4ZALW-61" parent="1" style="shape=stencil(lVfbctpADP0av2q0q70+p+l/ZCakMKWQIaSXv69cuoYV+GDezKLj1eVIOh7k6WP98r4aPH8cD/vvq1+b1+N6kC+D95vdenXYHPVpkOdBnt72h9W3w/5z93r6/f4yWo5PP/Y/xzf8PuEClTSCPP9pB6H+O/h6Mt9udp155c7c6UmB9qWzH98f5+0jce7s5Z596P0JgXKet0/kXWcf9Ubgf6biO/ukCXPz9o6pSgfIQp4BIFLqIy5MEdzgPXFfsaJBgZBlel8DVCZBNbsGeIoBFMFTiVcAEHRSj6N16X+ib5ehEvd1KIUY8LRUqn0MRYkBADXbGIqDLtVCQSwA3lCo1h7gyYFK10ohW0AGzaCAYoIWShhgXdIsoaAVYFyKVAQCcj8AlK0FkG8M2sSQcdCa1itqSIIASRaQUAy5jZQLQEQuZfJiAQ6lVXPCNmjUogowLappDYhLicRUOpJglyz5Qpudc4BsghYMyOSCpXdALmVKpnCudflcpX2wgIypYRtIb0CA2pJ4EQOa3mM/eJslwQ1Uo62DAPI5ZmJDJt2SOIhytVEgv2v7+4KuSDUowBmXtCHwrLQ36AlqiIcBTKEfTNXBWakrKPRkqpNYmVtysQ9aCVzvrNG+5Ua2IDHGbQdOauxc/NviobZFvtAnz+T7K6rADeE0CNNzeJQlqxCzFg6wVdrOnBRZbivmtkNWakStC2g4bt01KUodlCBDbJWJKlbk/1V33lHE3PTpQsXNbdMsE/Tc+nByH+4RtmvEt4MZ89wXy0FnnN0IDMX81LBncw8y75sQP5vDXrHKBZtPY3yZM2LbBIcamsRflkil4CNlmqTxMhI8/M14x1wfzp+nb5vt9vR1e/m//ZzVo9OnsDz/BQ==);lineShape=1;strokeColor=light-dark(transparent,#FFB570);" value="" vertex="1">
          <mxGeometry height="157.69141752718127" width="300.7377643490963" x="1305.2623229245291" y="838.6642333075431" as="geometry" />
+         </mxCell>
+         <mxCell id="MzbM_mRJEkIEzOc4ZALW-66" parent="1" style="rounded=1;whiteSpace=wrap;html=1;fillColor=#F5F5F5;strokeColor=#AAAAAA;fontSize=11;verticalAlign=middle;" value="&lt;b&gt;Grafana + Prometheus&lt;/b&gt;&lt;br&gt;&lt;font color=&#39;#555555&#39;&gt;Pipeline health · SLA alerts · Docker · ~400MB&lt;/font&gt;" vertex="1">
+           <mxGeometry height="64" width="400" x="90" y="644" as="geometry" />
        </mxCell>
      </root>
    </mxGraphModel>
  </diagram>
</mxfile>
